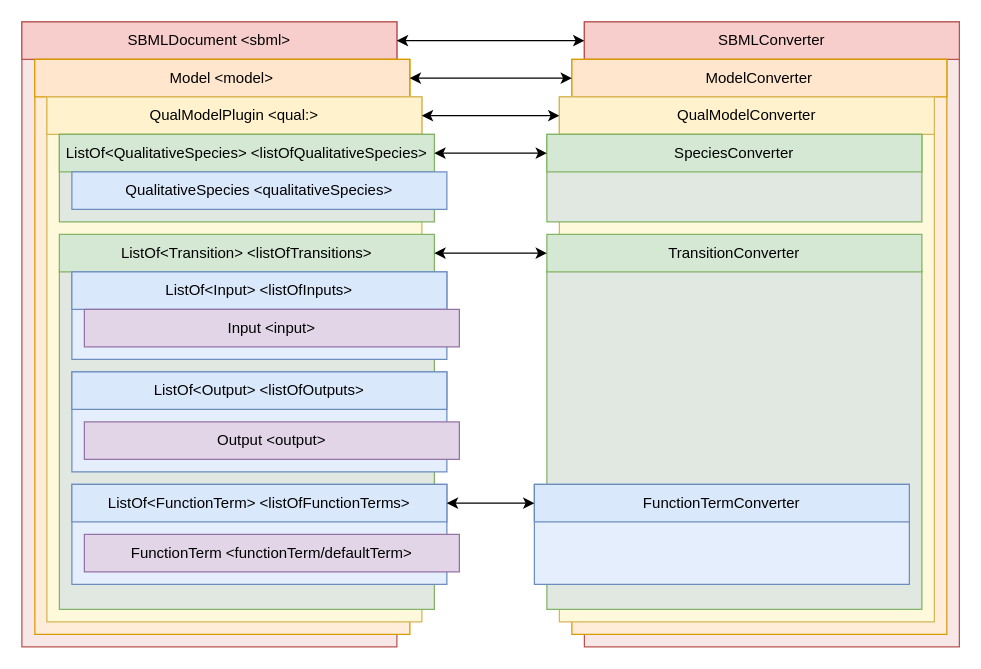
Earlier version of the draw.io diagram Diagrams/ConverterLayering.drawio (Unfunctioned/SBML-Converter-for-ERODE). Source tidied: cells renumbered, new cells numbered last; positions are measured from the earlier drawing's top-left corner, leaving out a move shared by most shapes. Both pictures are drawn from the tidied source at 125%, with x=0, y=0 at pixel (21, 21).
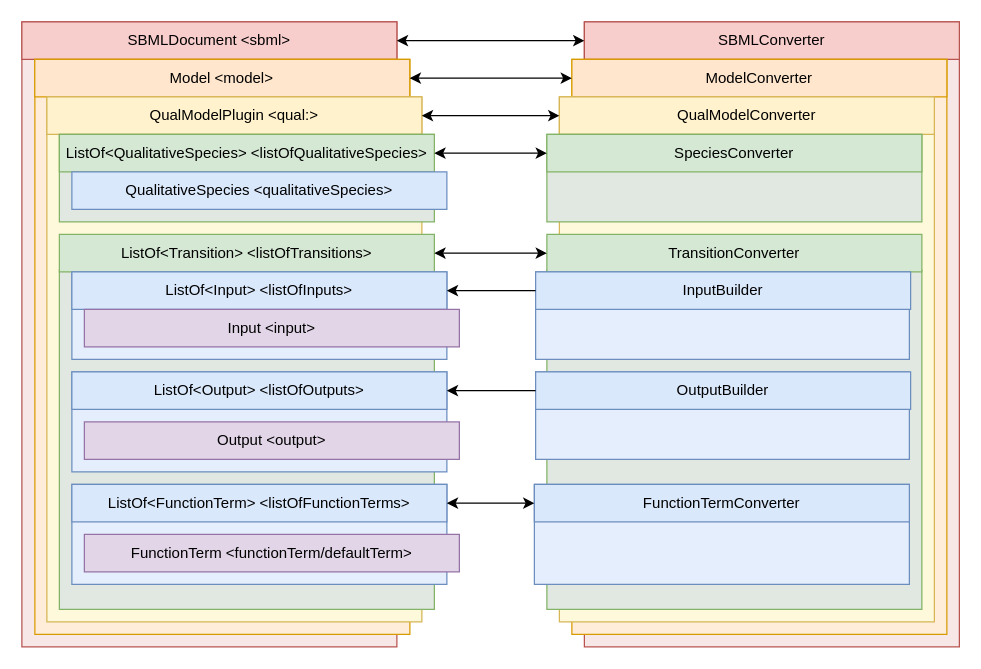
Above is the later version.

Unchanged cells that the change refers to:
```xml
<mxCell id="13" value="ListOf&amp;lt;Input&amp;gt; &amp;lt;listOfInputs&amp;gt;" style="rounded=0;whiteSpace=wrap;html=1;strokeWidth=1;fillColor=#dae8fc;strokeColor=#6c8ebf;" parent="1" vertex="1">
  <mxGeometry x="40" y="200" width="300" height="30" as="geometry" />
</mxCell>
<mxCell id="17" value="ListOf&amp;lt;Output&amp;gt; &amp;lt;listOfOutputs&amp;gt;" style="rounded=0;whiteSpace=wrap;html=1;strokeWidth=1;fillColor=#dae8fc;strokeColor=#6c8ebf;" parent="1" vertex="1">
  <mxGeometry x="40" y="280" width="300" height="30" as="geometry" />
</mxCell>
```

Change to the diagram source:
```diff
@@
+    <mxCell id="40" style="group;" parent="1" vertex="1">
+      <mxGeometry x="411" y="200" width="300" height="70" as="geometry" />
+    </mxCell>
+    <mxCell id="41" style="rounded=0;whiteSpace=wrap;html=1;strokeColor=#6c8ebf;fillColor=#E5EEFC;" parent="40" vertex="1">
+      <mxGeometry width="299" height="70" as="geometry" />
+    </mxCell>
+    <mxCell id="42" value="InputBuilder" style="rounded=0;whiteSpace=wrap;html=1;fillColor=#dae8fc;strokeColor=#6c8ebf;" parent="40" vertex="1">
+      <mxGeometry width="300" height="30" as="geometry" />
+    </mxCell>
+    <mxCell id="43" style="group;" parent="1" vertex="1">
+      <mxGeometry x="411" y="280" width="300" height="70" as="geometry" />
+    </mxCell>
+    <mxCell id="44" style="rounded=0;whiteSpace=wrap;html=1;strokeColor=#6c8ebf;fillColor=#E5EEFC;" parent="43" vertex="1">
+      <mxGeometry width="299" height="70" as="geometry" />
+    </mxCell>
+    <mxCell id="45" value="OutputBuilder" style="rounded=0;whiteSpace=wrap;html=1;fillColor=#dae8fc;strokeColor=#6c8ebf;" parent="43" vertex="1">
+      <mxGeometry width="300" height="30" as="geometry" />
+    </mxCell>
+    <mxCell id="46" style="edgeStyle=orthogonalEdgeStyle;rounded=0;jettySize=auto;html=1;" parent="1" edge="1" source="42" target="13">
+      <mxGeometry relative="1" as="geometry" />
+    </mxCell>
+    <mxCell id="47" style="edgeStyle=orthogonalEdgeStyle;rounded=0;jettySize=auto;html=1;entryX=1;entryY=0.5;entryDx=0;entryDy=0;" parent="1" edge="1" source="45" target="17">
+      <mxGeometry relative="1" as="geometry" />
+    </mxCell>
```
